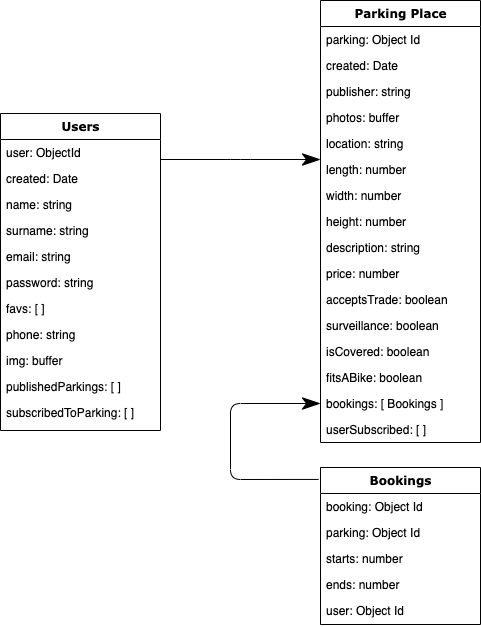
The draw.io diagram staff/federico-lacabaratz/share-my-spot/share-my-spot-doc/images/dataModel.png in b00tc4mp/skylab-bootcamp-202001, before a commit. Source tidied: cells renumbered, new cells last; positions are measured from the earlier drawing's top-left corner, leaving out a move shared by most shapes.
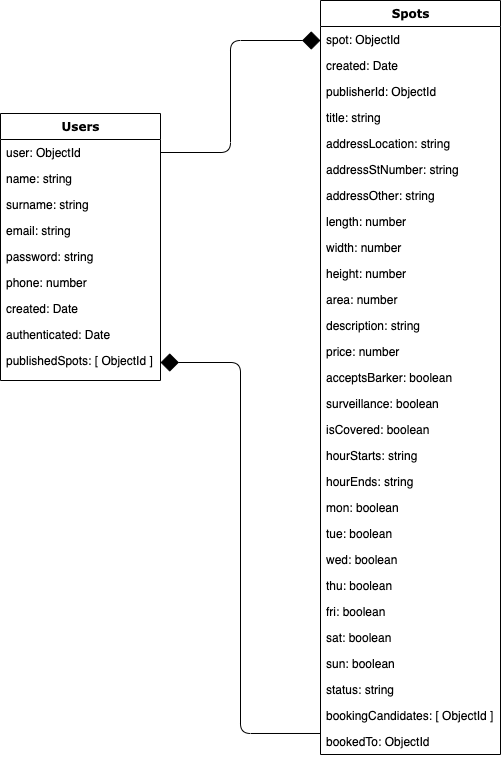
The same file after the commit.

The edit, as a diff of the source:
```diff
@@ -3,122 +3,135 @@
     <mxCell id="0" />
     <mxCell id="1" parent="0" />
     <mxCell id="2" value="Users" style="swimlane;html=1;fontStyle=1;align=center;verticalAlign=top;horizontal=1;startSize=26;swimlaneFillColor=#ffffff;rounded=0;shadow=0;comic=0;labelBackgroundColor=none;strokeWidth=1;fillColor=none;fontFamily=Verdana;fontSize=12;" parent="1" vertex="1">
-      <mxGeometry y="113" width="160" height="317" as="geometry" />
+      <mxGeometry y="113" width="160" height="267" as="geometry" />
     </mxCell>
     <mxCell id="3" value="user: ObjectId" style="text;html=1;strokeColor=none;fillColor=none;align=left;verticalAlign=top;spacingLeft=4;spacingRight=4;whiteSpace=wrap;overflow=hidden;points=[[0,0.5],[1,0.5]];portConstraint=eastwest;" parent="2" vertex="1">
       <mxGeometry y="26" width="160" height="26" as="geometry" />
     </mxCell>
-    <mxCell id="4" value="created: Date" style="text;html=1;strokeColor=none;fillColor=none;align=left;verticalAlign=top;spacingLeft=4;spacingRight=4;whiteSpace=wrap;overflow=hidden;" parent="2" vertex="1">
-      <mxGeometry y="52" width="160" height="26" as="geometry" />
-    </mxCell>
     <mxCell id="5" value="name: string" style="text;html=1;strokeColor=none;fillColor=none;align=left;verticalAlign=top;spacingLeft=4;spacingRight=4;whiteSpace=wrap;overflow=hidden;" parent="2" vertex="1">
-      <mxGeometry y="78" width="160" height="26" as="geometry" />
+      <mxGeometry y="52" width="160" height="26" as="geometry" />
     </mxCell>
     <mxCell id="6" value="surname: string" style="text;html=1;strokeColor=none;fillColor=none;align=left;verticalAlign=top;spacingLeft=4;spacingRight=4;whiteSpace=wrap;overflow=hidden;" parent="2" vertex="1">
-      <mxGeometry y="104" width="160" height="26" as="geometry" />
+      <mxGeometry y="78" width="160" height="26" as="geometry" />
     </mxCell>
     <mxCell id="7" value="email: string" style="text;html=1;strokeColor=none;fillColor=none;align=left;verticalAlign=top;spacingLeft=4;spacingRight=4;whiteSpace=wrap;overflow=hidden;" parent="2" vertex="1">
-      <mxGeometry y="130" width="160" height="26" as="geometry" />
+      <mxGeometry y="104" width="160" height="26" as="geometry" />
     </mxCell>
     <mxCell id="8" value="password: string" style="text;html=1;strokeColor=none;fillColor=none;align=left;verticalAlign=top;spacingLeft=4;spacingRight=4;whiteSpace=wrap;overflow=hidden;" parent="2" vertex="1">
-      <mxGeometry y="156" width="160" height="26" as="geometry" />
+      <mxGeometry y="130" width="160" height="26" as="geometry" />
     </mxCell>
-    <mxCell id="9" value="favs: [ ]" style="text;html=1;strokeColor=none;fillColor=none;align=left;verticalAlign=top;spacingLeft=4;spacingRight=4;whiteSpace=wrap;overflow=hidden;" parent="2" vertex="1">
-      <mxGeometry y="182" width="160" height="26" as="geometry" />
-    </mxCell>
+    <mxCell id="39" value="phone: number" style="text;html=1;strokeColor=none;fillColor=none;align=left;verticalAlign=top;spacingLeft=4;spacingRight=4;whiteSpace=wrap;overflow=hidden;" parent="2" vertex="1">
+      <mxGeometry y="156" width="160" height="26" as="geometry" />
+    </mxCell>
+    <mxCell id="4" value="created: Date" style="text;html=1;strokeColor=none;fillColor=none;align=left;verticalAlign=top;spacingLeft=4;spacingRight=4;whiteSpace=wrap;overflow=hidden;" parent="2" vertex="1">
+      <mxGeometry y="182" width="160" height="26" as="geometry" />
+    </mxCell>
-    <mxCell id="10" value="phone: string" style="text;html=1;strokeColor=none;fillColor=none;align=left;verticalAlign=top;spacingLeft=4;spacingRight=4;whiteSpace=wrap;overflow=hidden;" parent="2" vertex="1">
+    <mxCell id="10" value="authenticated: Date" style="text;html=1;strokeColor=none;fillColor=none;align=left;verticalAlign=top;spacingLeft=4;spacingRight=4;whiteSpace=wrap;overflow=hidden;" parent="2" vertex="1">
       <mxGeometry y="208" width="160" height="26" as="geometry" />
     </mxCell>
-    <mxCell id="11" value="img: buffer" style="text;html=1;strokeColor=none;fillColor=none;align=left;verticalAlign=top;spacingLeft=4;spacingRight=4;whiteSpace=wrap;overflow=hidden;" parent="2" vertex="1">
-      <mxGeometry y="234" width="160" height="26" as="geometry" />
-    </mxCell>
-    <mxCell id="12" value="publishedParkings: [ ]" style="text;html=1;strokeColor=none;fillColor=none;align=left;verticalAlign=top;spacingLeft=4;spacingRight=4;whiteSpace=wrap;overflow=hidden;" parent="2" vertex="1">
-      <mxGeometry y="260" width="160" height="26" as="geometry" />
+    <mxCell id="12" value="publishedSpots: [ ObjectId ]" style="text;html=1;strokeColor=none;fillColor=none;align=left;verticalAlign=top;spacingLeft=4;spacingRight=4;whiteSpace=wrap;overflow=hidden;" parent="2" vertex="1">
+      <mxGeometry y="234" width="160" height="26" as="geometry" />
     </mxCell>
-    <mxCell id="13" value="subscribedToParking: [ ]" style="text;html=1;strokeColor=none;fillColor=none;align=left;verticalAlign=top;spacingLeft=4;spacingRight=4;whiteSpace=wrap;overflow=hidden;" parent="2" vertex="1">
-      <mxGeometry y="286" width="160" height="26" as="geometry" />
-    </mxCell>
-    <mxCell id="14" value="Parking Place" style="swimlane;html=1;fontStyle=1;align=center;verticalAlign=top;horizontal=1;startSize=26;swimlaneFillColor=#ffffff;rounded=0;shadow=0;comic=0;labelBackgroundColor=none;strokeWidth=1;fillColor=none;fontFamily=Verdana;fontSize=12;" parent="1" vertex="1">
-      <mxGeometry x="320" width="160" height="442" as="geometry" />
+    <mxCell id="14" value="Spots" style="swimlane;html=1;fontStyle=1;align=center;verticalAlign=top;horizontal=1;startSize=26;swimlaneFillColor=#ffffff;rounded=0;shadow=0;comic=0;labelBackgroundColor=none;strokeWidth=1;fillColor=none;fontFamily=Verdana;fontSize=12;" parent="1" vertex="1">
+      <mxGeometry x="320" width="180" height="754" as="geometry" />
     </mxCell>
-    <mxCell id="15" value="parking: Object Id" style="text;html=1;strokeColor=none;fillColor=none;align=left;verticalAlign=top;spacingLeft=4;spacingRight=4;whiteSpace=wrap;overflow=hidden;" parent="14" vertex="1">
-      <mxGeometry y="26" width="160" height="26" as="geometry" />
+    <mxCell id="15" value="spot: ObjectId" style="text;html=1;strokeColor=none;fillColor=none;align=left;verticalAlign=top;spacingLeft=4;spacingRight=4;whiteSpace=wrap;overflow=hidden;" parent="14" vertex="1">
+      <mxGeometry y="26" width="180" height="26" as="geometry" />
     </mxCell>
     <mxCell id="16" value="created: Date" style="text;html=1;strokeColor=none;fillColor=none;align=left;verticalAlign=top;spacingLeft=4;spacingRight=4;whiteSpace=wrap;overflow=hidden;" parent="14" vertex="1">
-      <mxGeometry y="52" width="160" height="26" as="geometry" />
+      <mxGeometry y="52" width="180" height="26" as="geometry" />
     </mxCell>
-    <mxCell id="17" value="publisher: string" style="text;html=1;strokeColor=none;fillColor=none;align=left;verticalAlign=top;spacingLeft=4;spacingRight=4;whiteSpace=wrap;overflow=hidden;" parent="14" vertex="1">
-      <mxGeometry y="78" width="160" height="26" as="geometry" />
+    <mxCell id="17" value="publisherId: ObjectId" style="text;html=1;strokeColor=none;fillColor=none;align=left;verticalAlign=top;spacingLeft=4;spacingRight=4;whiteSpace=wrap;overflow=hidden;" parent="14" vertex="1">
+      <mxGeometry y="78" width="180" height="26" as="geometry" />
     </mxCell>
-    <mxCell id="18" value="photos: buffer" style="text;html=1;strokeColor=none;fillColor=none;align=left;verticalAlign=top;spacingLeft=4;spacingRight=4;whiteSpace=wrap;overflow=hidden;" parent="14" vertex="1">
-      <mxGeometry y="104" width="160" height="26" as="geometry" />
+    <mxCell id="18" value="title: string" style="text;html=1;strokeColor=none;fillColor=none;align=left;verticalAlign=top;spacingLeft=4;spacingRight=4;whiteSpace=wrap;overflow=hidden;" parent="14" vertex="1">
+      <mxGeometry y="104" width="180" height="26" as="geometry" />
     </mxCell>
-    <mxCell id="19" value="location: string" style="text;html=1;strokeColor=none;fillColor=none;align=left;verticalAlign=top;spacingLeft=4;spacingRight=4;whiteSpace=wrap;overflow=hidden;" parent="14" vertex="1">
-      <mxGeometry y="130" width="160" height="26" as="geometry" />
+    <mxCell id="19" value="addressLocation: string" style="text;html=1;strokeColor=none;fillColor=none;align=left;verticalAlign=top;spacingLeft=4;spacingRight=4;whiteSpace=wrap;overflow=hidden;" parent="14" vertex="1">
+      <mxGeometry y="130" width="180" height="26" as="geometry" />
     </mxCell>
-    <mxCell id="20" value="length: number" style="text;html=1;strokeColor=none;fillColor=none;align=left;verticalAlign=top;spacingLeft=4;spacingRight=4;whiteSpace=wrap;overflow=hidden;" parent="14" vertex="1">
-      <mxGeometry y="156" width="160" height="26" as="geometry" />
-    </mxCell>
+    <mxCell id="40" value="addressStNumber: string" style="text;html=1;strokeColor=none;fillColor=none;align=left;verticalAlign=top;spacingLeft=4;spacingRight=4;whiteSpace=wrap;overflow=hidden;" parent="14" vertex="1">
+      <mxGeometry y="156" width="180" height="26" as="geometry" />
+    </mxCell>
+    <mxCell id="41" value="addressOther: string" style="text;html=1;strokeColor=none;fillColor=none;align=left;verticalAlign=top;spacingLeft=4;spacingRight=4;whiteSpace=wrap;overflow=hidden;" parent="14" vertex="1">
+      <mxGeometry y="182" width="180" height="26" as="geometry" />
+    </mxCell>
+    <mxCell id="42" value="length: number" style="text;html=1;strokeColor=none;fillColor=none;align=left;verticalAlign=top;spacingLeft=4;spacingRight=4;whiteSpace=wrap;overflow=hidden;" parent="14" vertex="1">
+      <mxGeometry y="208" width="180" height="26" as="geometry" />
+    </mxCell>
     <mxCell id="21" value="width: number" style="text;html=1;strokeColor=none;fillColor=none;align=left;verticalAlign=top;spacingLeft=4;spacingRight=4;whiteSpace=wrap;overflow=hidden;" parent="14" vertex="1">
-      <mxGeometry y="182" width="160" height="26" as="geometry" />
+      <mxGeometry y="234" width="180" height="26" as="geometry" />
     </mxCell>
     <mxCell id="22" value="height: number" style="text;html=1;strokeColor=none;fillColor=none;align=left;verticalAlign=top;spacingLeft=4;spacingRight=4;whiteSpace=wrap;overflow=hidden;" parent="14" vertex="1">
-      <mxGeometry y="208" width="160" height="26" as="geometry" />
+      <mxGeometry y="260" width="180" height="26" as="geometry" />
     </mxCell>
+    <mxCell id="20" value="area: number" style="text;html=1;strokeColor=none;fillColor=none;align=left;verticalAlign=top;spacingLeft=4;spacingRight=4;whiteSpace=wrap;overflow=hidden;" parent="14" vertex="1">
+      <mxGeometry y="286" width="180" height="26" as="geometry" />
+    </mxCell>
     <mxCell id="23" value="description: string" style="text;html=1;strokeColor=none;fillColor=none;align=left;verticalAlign=top;spacingLeft=4;spacingRight=4;whiteSpace=wrap;overflow=hidden;" parent="14" vertex="1">
-      <mxGeometry y="234" width="160" height="26" as="geometry" />
+      <mxGeometry y="312" width="180" height="26" as="geometry" />
     </mxCell>
     <mxCell id="24" value="price: number" style="text;html=1;strokeColor=none;fillColor=none;align=left;verticalAlign=top;spacingLeft=4;spacingRight=4;whiteSpace=wrap;overflow=hidden;" parent="14" vertex="1">
-      <mxGeometry y="260" width="160" height="26" as="geometry" />
+      <mxGeometry y="338" width="180" height="26" as="geometry" />
     </mxCell>
-    <mxCell id="25" value="acceptsTrade: boolean" style="text;html=1;strokeColor=none;fillColor=none;align=left;verticalAlign=top;spacingLeft=4;spacingRight=4;whiteSpace=wrap;overflow=hidden;" parent="14" vertex="1">
-      <mxGeometry y="286" width="160" height="26" as="geometry" />
+    <mxCell id="25" value="acceptsBarker: boolean" style="text;html=1;strokeColor=none;fillColor=none;align=left;verticalAlign=top;spacingLeft=4;spacingRight=4;whiteSpace=wrap;overflow=hidden;" parent="14" vertex="1">
+      <mxGeometry y="364" width="180" height="26" as="geometry" />
     </mxCell>
     <mxCell id="26" value="surveillance: boolean" style="text;html=1;strokeColor=none;fillColor=none;align=left;verticalAlign=top;spacingLeft=4;spacingRight=4;whiteSpace=wrap;overflow=hidden;" parent="14" vertex="1">
-      <mxGeometry y="312" width="160" height="26" as="geometry" />
+      <mxGeometry y="390" width="180" height="26" as="geometry" />
     </mxCell>
     <mxCell id="27" value="isCovered: boolean" style="text;html=1;strokeColor=none;fillColor=none;align=left;verticalAlign=top;spacingLeft=4;spacingRight=4;whiteSpace=wrap;overflow=hidden;" parent="14" vertex="1">
-      <mxGeometry y="338" width="160" height="26" as="geometry" />
+      <mxGeometry y="416" width="180" height="26" as="geometry" />
     </mxCell>
-    <mxCell id="28" value="fitsABike: boolean" style="text;html=1;strokeColor=none;fillColor=none;align=left;verticalAlign=top;spacingLeft=4;spacingRight=4;whiteSpace=wrap;overflow=hidden;" parent="14" vertex="1">
-      <mxGeometry y="364" width="160" height="26" as="geometry" />
+    <mxCell id="28" value="hourStarts: string" style="text;html=1;strokeColor=none;fillColor=none;align=left;verticalAlign=top;spacingLeft=4;spacingRight=4;whiteSpace=wrap;overflow=hidden;" parent="14" vertex="1">
+      <mxGeometry y="442" width="180" height="26" as="geometry" />
     </mxCell>
+    <mxCell id="43" value="hourEnds: string" style="text;html=1;strokeColor=none;fillColor=none;align=left;verticalAlign=top;spacingLeft=4;spacingRight=4;whiteSpace=wrap;overflow=hidden;" parent="14" vertex="1">
+      <mxGeometry y="468" width="180" height="26" as="geometry" />
+    </mxCell>
+    <mxCell id="44" value="mon: boolean" style="text;html=1;strokeColor=none;fillColor=none;align=left;verticalAlign=top;spacingLeft=4;spacingRight=4;whiteSpace=wrap;overflow=hidden;" parent="14" vertex="1">
+      <mxGeometry y="494" width="180" height="26" as="geometry" />
+    </mxCell>
+    <mxCell id="45" value="tue: boolean" style="text;html=1;strokeColor=none;fillColor=none;align=left;verticalAlign=top;spacingLeft=4;spacingRight=4;whiteSpace=wrap;overflow=hidden;" parent="14" vertex="1">
+      <mxGeometry y="520" width="180" height="26" as="geometry" />
+    </mxCell>
+    <mxCell id="46" value="wed: boolean" style="text;html=1;strokeColor=none;fillColor=none;align=left;verticalAlign=top;spacingLeft=4;spacingRight=4;whiteSpace=wrap;overflow=hidden;" parent="14" vertex="1">
+      <mxGeometry y="546" width="180" height="26" as="geometry" />
+    </mxCell>
+    <mxCell id="47" value="thu: boolean" style="text;html=1;strokeColor=none;fillColor=none;align=left;verticalAlign=top;spacingLeft=4;spacingRight=4;whiteSpace=wrap;overflow=hidden;" parent="14" vertex="1">
+      <mxGeometry y="572" width="180" height="26" as="geometry" />
+    </mxCell>
+    <mxCell id="48" value="fri: boolean" style="text;html=1;strokeColor=none;fillColor=none;align=left;verticalAlign=top;spacingLeft=4;spacingRight=4;whiteSpace=wrap;overflow=hidden;" parent="14" vertex="1">
+      <mxGeometry y="598" width="180" height="26" as="geometry" />
+    </mxCell>
+    <mxCell id="49" value="sat: boolean" style="text;html=1;strokeColor=none;fillColor=none;align=left;verticalAlign=top;spacingLeft=4;spacingRight=4;whiteSpace=wrap;overflow=hidden;" parent="14" vertex="1">
+      <mxGeometry y="624" width="180" height="26" as="geometry" />
+    </mxCell>
+    <mxCell id="50" value="sun: boolean" style="text;html=1;strokeColor=none;fillColor=none;align=left;verticalAlign=top;spacingLeft=4;spacingRight=4;whiteSpace=wrap;overflow=hidden;" parent="14" vertex="1">
+      <mxGeometry y="650" width="180" height="26" as="geometry" />
+    </mxCell>
+    <mxCell id="51" value="status: string" style="text;html=1;strokeColor=none;fillColor=none;align=left;verticalAlign=top;spacingLeft=4;spacingRight=4;whiteSpace=wrap;overflow=hidden;" parent="14" vertex="1">
+      <mxGeometry y="676" width="180" height="26" as="geometry" />
+    </mxCell>
+    <mxCell id="30" value="bookingCandidates: [ ObjectId ]" style="text;html=1;strokeColor=none;fillColor=none;align=left;verticalAlign=top;spacingLeft=4;spacingRight=4;whiteSpace=wrap;overflow=hidden;points=[[0,0.5],[1,0.5]];portConstraint=eastwest;" parent="14" vertex="1">
+      <mxGeometry y="702" width="180" height="26" as="geometry" />
+    </mxCell>
-    <mxCell id="29" value="bookings: [ Bookings ]" style="text;html=1;strokeColor=none;fillColor=none;align=left;verticalAlign=top;spacingLeft=4;spacingRight=4;whiteSpace=wrap;overflow=hidden;points=[[0,0.5],[1,0.5]];portConstraint=eastwest;" parent="14" vertex="1">
-      <mxGeometry y="390" width="160" height="26" as="geometry" />
+    <mxCell id="29" value="bookedTo: ObjectId" style="text;html=1;strokeColor=none;fillColor=none;align=left;verticalAlign=top;spacingLeft=4;spacingRight=4;whiteSpace=wrap;overflow=hidden;points=[[0,0.5],[1,0.5]];portConstraint=eastwest;" parent="14" vertex="1">
+      <mxGeometry y="728" width="180" height="26" as="geometry" />
     </mxCell>
-    <mxCell id="30" value="userSubscribed: [ ]" style="text;html=1;strokeColor=none;fillColor=none;align=left;verticalAlign=top;spacingLeft=4;spacingRight=4;whiteSpace=wrap;overflow=hidden;points=[[0,0.5],[1,0.5]];portConstraint=eastwest;" parent="14" vertex="1">
-      <mxGeometry y="416" width="160" height="26" as="geometry" />
-    </mxCell>
-    <mxCell id="31" style="edgeStyle=elbowEdgeStyle;html=1;labelBackgroundColor=none;startFill=0;startSize=8;endArrow=classicThin;endFill=1;endSize=16;fontFamily=Verdana;fontSize=12;elbow=vertical;" parent="1" edge="1" target="14">
+    <mxCell id="31" style="edgeStyle=elbowEdgeStyle;html=1;labelBackgroundColor=none;startFill=0;startSize=8;endArrow=diamond;endFill=1;endSize=16;fontFamily=Verdana;fontSize=12;exitX=1;exitY=0.5;exitDx=0;exitDy=0;" parent="1" edge="1" source="3" target="14">
       <mxGeometry relative="1" as="geometry">
-        <mxPoint x="160" y="159" as="sourcePoint" />
+        <Array as="points">
+          <mxPoint x="230" y="40" />
+          <mxPoint x="230" y="80" />
+          <mxPoint x="280" y="40" />
+        </Array>
       </mxGeometry>
     </mxCell>
-    <mxCell id="32" value="Bookings" style="swimlane;html=1;fontStyle=1;align=center;verticalAlign=top;horizontal=1;startSize=26;swimlaneFillColor=#ffffff;rounded=0;shadow=0;comic=0;labelBackgroundColor=none;strokeWidth=1;fillColor=none;fontFamily=Verdana;fontSize=12;" parent="1" vertex="1">
-      <mxGeometry x="320" y="467" width="160" height="157" as="geometry" />
-    </mxCell>
-    <mxCell id="33" value="booking: Object Id" style="text;html=1;strokeColor=none;fillColor=none;align=left;verticalAlign=top;spacingLeft=4;spacingRight=4;whiteSpace=wrap;overflow=hidden;" parent="32" vertex="1">
-      <mxGeometry y="26" width="160" height="26" as="geometry" />
-    </mxCell>
-    <mxCell id="34" value="parking: Object Id" style="text;html=1;strokeColor=none;fillColor=none;align=left;verticalAlign=top;spacingLeft=4;spacingRight=4;whiteSpace=wrap;overflow=hidden;" parent="32" vertex="1">
-      <mxGeometry y="52" width="160" height="26" as="geometry" />
-    </mxCell>
-    <mxCell id="35" value="starts: number" style="text;html=1;strokeColor=none;fillColor=none;align=left;verticalAlign=top;spacingLeft=4;spacingRight=4;whiteSpace=wrap;overflow=hidden;" parent="32" vertex="1">
-      <mxGeometry y="78" width="160" height="26" as="geometry" />
-    </mxCell>
-    <mxCell id="36" value="ends: number" style="text;html=1;strokeColor=none;fillColor=none;align=left;verticalAlign=top;spacingLeft=4;spacingRight=4;whiteSpace=wrap;overflow=hidden;" parent="32" vertex="1">
-      <mxGeometry y="104" width="160" height="26" as="geometry" />
-    </mxCell>
-    <mxCell id="37" value="user: Object Id" style="text;html=1;strokeColor=none;fillColor=none;align=left;verticalAlign=top;spacingLeft=4;spacingRight=4;whiteSpace=wrap;overflow=hidden;" parent="32" vertex="1">
-      <mxGeometry y="130" width="160" height="26" as="geometry" />
-    </mxCell>
-    <mxCell id="38" style="endArrow=classicThin;html=1;entryX=0;entryY=0.5;entryDx=0;entryDy=0;exitX=-0.012;exitY=0.076;exitDx=0;exitDy=0;exitPerimeter=0;endSize=16;endFill=1;" parent="1" edge="1" source="32" target="29">
-      <mxGeometry relative="1" as="geometry">
-        <Array as="points">
-          <mxPoint x="230" y="479" />
-          <mxPoint x="230" y="403" />
-        </Array>
-      </mxGeometry>
-    </mxCell>
+    <mxCell id="52" style="edgeStyle=elbowEdgeStyle;html=1;labelBackgroundColor=none;startFill=1;startSize=16;endArrow=none;endFill=0;endSize=16;fontFamily=Verdana;fontSize=12;exitX=1;exitY=0.5;exitDx=0;exitDy=0;startArrow=diamond;entryX=0;entryY=1.192;entryDx=0;entryDy=0;entryPerimeter=0;" parent="1" edge="1" target="30">
+      <mxGeometry relative="1" as="geometry">
+        <mxPoint x="160" y="362" as="sourcePoint" />
+      </mxGeometry>
+    </mxCell>
   </root>
 </mxGraphModel>
```
